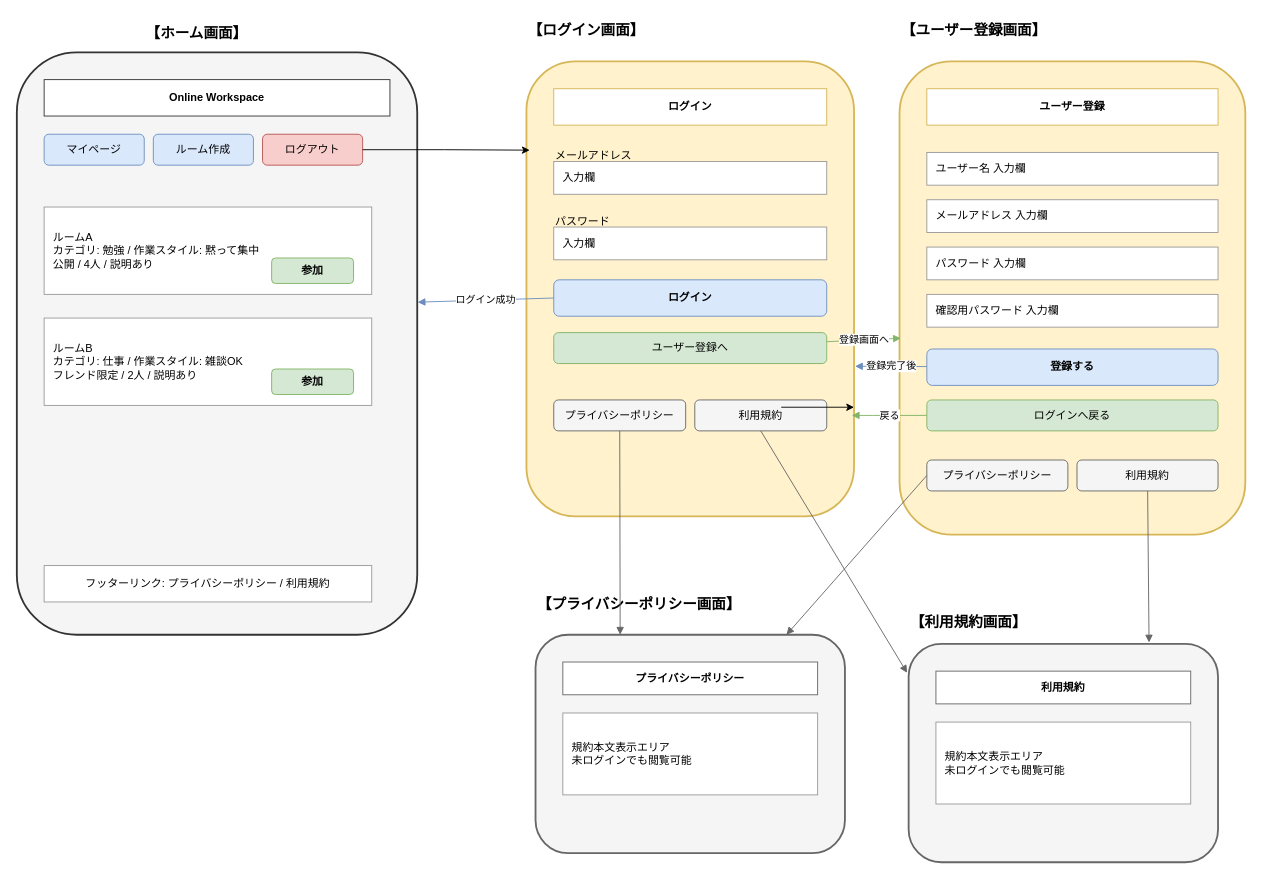
The draw.io diagram page "認証・公開" (1 of 4) of docs/screen_wireframe.drawio in yuu-ux/online-workspace, before the edit. Source tidied: cells renumbered, new cells numbered last; positions are measured from the earlier drawing's top-left corner, leaving out a move shared by most shapes. Both pictures are drawn from the tidied source at 91%, with x=0, y=0 at pixel (16, 15).
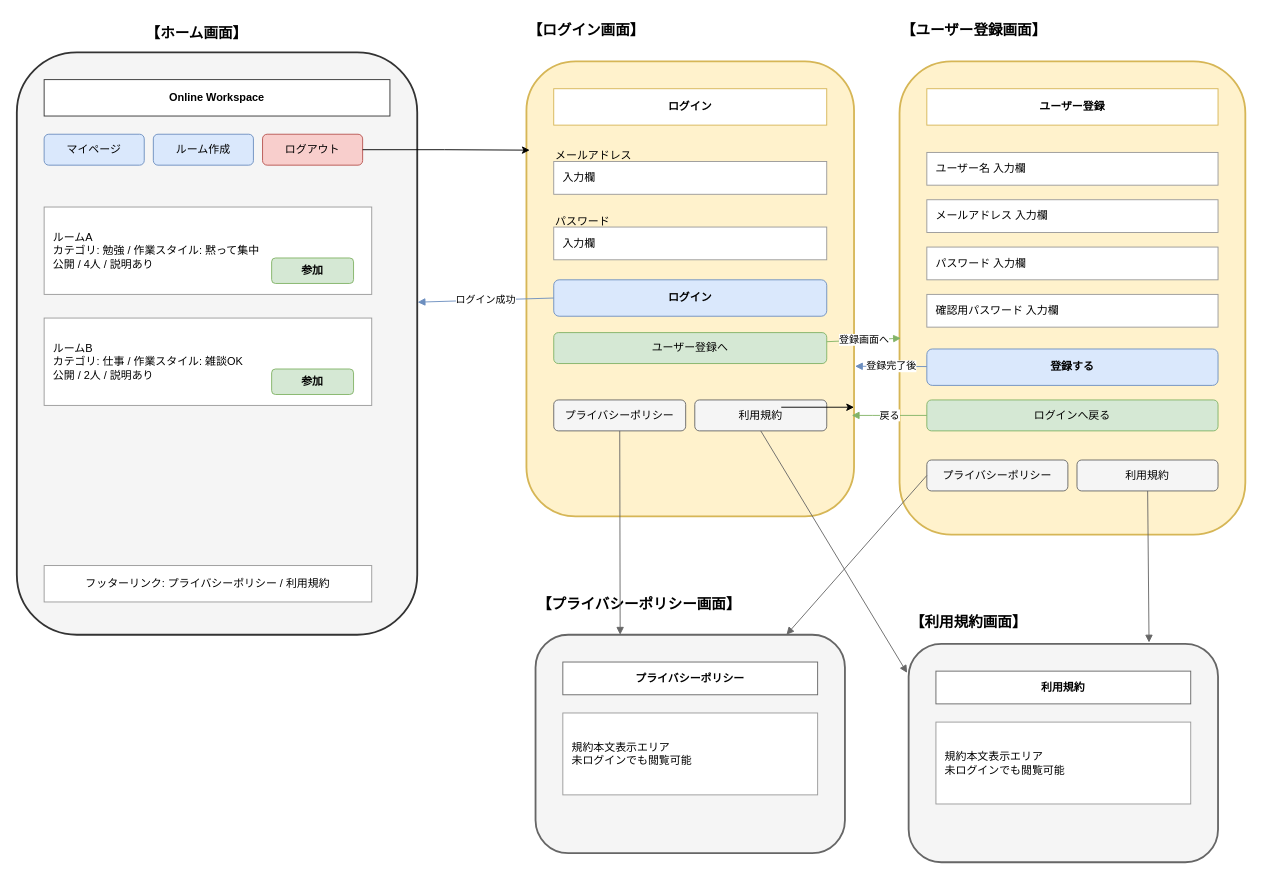
Above is the later version.

The edit, as a diff of the source:
```diff
@@
-    <mxCell id="48" value="ルームB&#10;カテゴリ: 仕事 / 作業スタイル: 雑談OK&#10;フレンド限定 / 2人 / 説明あり" style="rounded=0;whiteSpace=wrap;html=1;fillColor=#ffffff;strokeColor=#999999;align=left;spacingLeft=8;" parent="1" vertex="1">
+    <mxCell id="48" value="ルームB&#10;カテゴリ: 仕事 / 作業スタイル: 雑談OK&#10;公開 / 2人 / 説明あり" style="rounded=0;whiteSpace=wrap;html=1;fillColor=#ffffff;strokeColor=#999999;align=left;spacingLeft=8;" parent="1" vertex="1">
       <mxGeometry x="30" y="332" width="360" height="96" as="geometry" />
     </mxCell>
```
